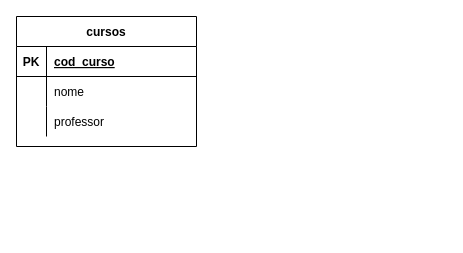
taokya/aula_BD keeps this draw.io diagram as modelo_logico.drawio. Above is the earlier version. Source tidied: cells renumbered, new cells numbered last; positions are measured from the earlier drawing's top-left corner, leaving out a move shared by most shapes. Both pictures are drawn from the tidied source at 100%, with x=0, y=0 at pixel (16, 16).
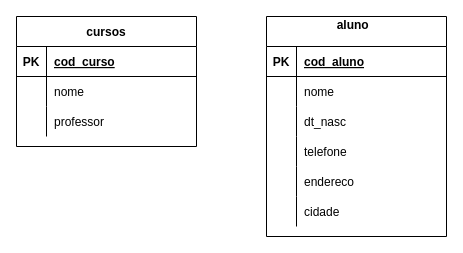
Above is the later version.

Commit message:
Criada entidade aluno.drawio

The edit, as a diff of the source:
```diff
@@
+    <mxCell id="12" value="aluno  &#10;" style="shape=table;startSize=30;childLayout=tableLayout;rowLines=0;fontStyle=1;align=center;" parent="1" vertex="1">
+      <mxGeometry x="250" width="180" height="220" as="geometry" />
+    </mxCell>
+    <mxCell id="13" style="shape=partialRectangle;fillColor=none;top=0;left=0;bottom=1;right=0;" parent="12" vertex="1">
+      <mxGeometry y="30" width="180" height="30" as="geometry" />
+    </mxCell>
+    <mxCell id="14" value="PK" style="shape=partialRectangle;fillColor=none;top=0;left=0;bottom=0;right=0;fontStyle=1;overflow=hidden;" parent="13" vertex="1">
+      <mxGeometry width="30" height="30" as="geometry" />
+    </mxCell>
+    <mxCell id="15" value="cod_aluno" style="shape=partialRectangle;fillColor=none;top=0;left=0;bottom=0;right=0;align=left;spacingLeft=6;fontStyle=5;overflow=hidden;" parent="13" vertex="1">
+      <mxGeometry x="30" width="150" height="30" as="geometry" />
+    </mxCell>
+    <mxCell id="16" style="shape=partialRectangle;fillColor=none;top=0;left=0;bottom=0;right=0;" parent="12" vertex="1">
+      <mxGeometry y="60" width="180" height="30" as="geometry" />
+    </mxCell>
+    <mxCell id="17" style="shape=partialRectangle;fillColor=none;top=0;left=0;bottom=0;right=0;overflow=hidden;" parent="16" vertex="1">
+      <mxGeometry width="30" height="30" as="geometry" />
+    </mxCell>
+    <mxCell id="18" value="nome" style="shape=partialRectangle;fillColor=none;top=0;left=0;bottom=0;right=0;align=left;spacingLeft=6;overflow=hidden;" parent="16" vertex="1">
+      <mxGeometry x="30" width="150" height="30" as="geometry" />
+    </mxCell>
+    <mxCell id="19" style="shape=partialRectangle;fillColor=none;top=0;left=0;bottom=0;right=0;" parent="12" vertex="1">
+      <mxGeometry y="90" width="180" height="30" as="geometry" />
+    </mxCell>
+    <mxCell id="20" style="shape=partialRectangle;fillColor=none;top=0;left=0;bottom=0;right=0;overflow=hidden;" parent="19" vertex="1">
+      <mxGeometry width="30" height="30" as="geometry" />
+    </mxCell>
+    <mxCell id="21" value="dt_nasc" style="shape=partialRectangle;fillColor=none;top=0;left=0;bottom=0;right=0;align=left;spacingLeft=6;overflow=hidden;" parent="19" vertex="1">
+      <mxGeometry x="30" width="150" height="30" as="geometry" />
+    </mxCell>
+    <mxCell id="22" style="shape=partialRectangle;fillColor=none;top=0;left=0;bottom=0;right=0;" parent="12" vertex="1">
+      <mxGeometry y="120" width="180" height="30" as="geometry" />
+    </mxCell>
+    <mxCell id="23" style="shape=partialRectangle;fillColor=none;top=0;left=0;bottom=0;right=0;overflow=hidden;" parent="22" vertex="1">
+      <mxGeometry width="30" height="30" as="geometry" />
+    </mxCell>
+    <mxCell id="24" value="telefone" style="shape=partialRectangle;fillColor=none;top=0;left=0;bottom=0;right=0;align=left;spacingLeft=6;overflow=hidden;" parent="22" vertex="1">
+      <mxGeometry x="30" width="150" height="30" as="geometry" />
+    </mxCell>
+    <mxCell id="25" style="shape=partialRectangle;fillColor=none;top=0;left=0;bottom=0;right=0;" parent="12" vertex="1">
+      <mxGeometry y="150" width="180" height="30" as="geometry" />
+    </mxCell>
+    <mxCell id="26" style="shape=partialRectangle;fillColor=none;top=0;left=0;bottom=0;right=0;overflow=hidden;" parent="25" vertex="1">
+      <mxGeometry width="30" height="30" as="geometry" />
+    </mxCell>
+    <mxCell id="27" value="endereco" style="shape=partialRectangle;fillColor=none;top=0;left=0;bottom=0;right=0;align=left;spacingLeft=6;overflow=hidden;" parent="25" vertex="1">
+      <mxGeometry x="30" width="150" height="30" as="geometry" />
+    </mxCell>
+    <mxCell id="28" style="shape=partialRectangle;fillColor=none;top=0;left=0;bottom=0;right=0;" parent="12" vertex="1">
+      <mxGeometry y="180" width="180" height="30" as="geometry" />
+    </mxCell>
+    <mxCell id="29" style="shape=partialRectangle;fillColor=none;top=0;left=0;bottom=0;right=0;overflow=hidden;" parent="28" vertex="1">
+      <mxGeometry width="30" height="30" as="geometry" />
+    </mxCell>
+    <mxCell id="30" value="cidade" style="shape=partialRectangle;fillColor=none;top=0;left=0;bottom=0;right=0;align=left;spacingLeft=6;overflow=hidden;" parent="28" vertex="1">
+      <mxGeometry x="30" width="150" height="30" as="geometry" />
+    </mxCell>
```
